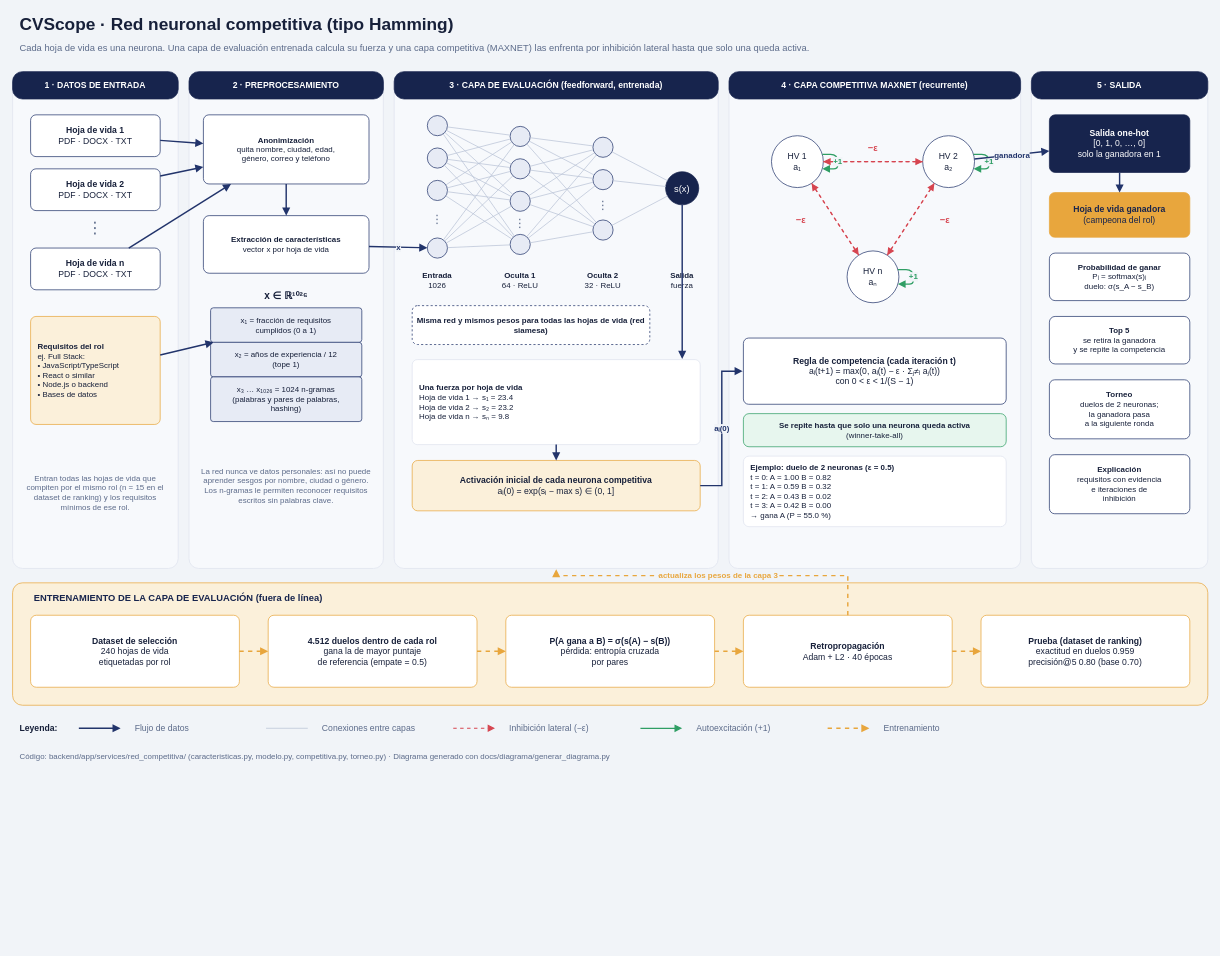
Before: docs/diagrama/red_competitiva.drawio in iAxstral/CVScope, a draw.io diagram. Source tidied: cells renumbered, new cells numbered last; positions are measured from the earlier drawing's top-left corner, leaving out a move shared by most shapes. Both pictures are drawn from the tidied source at 72%, with x=0, y=0 at pixel (12, 12).
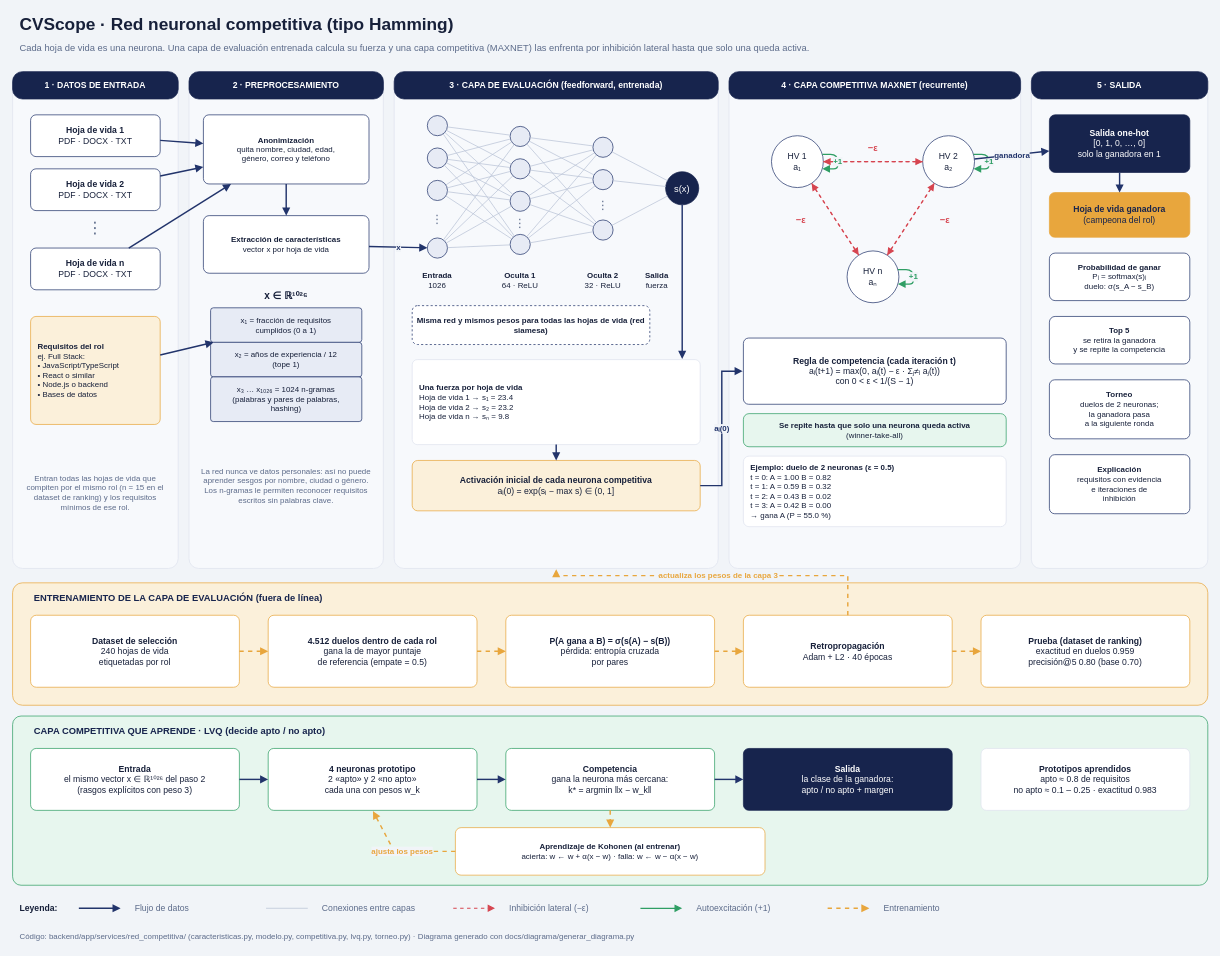
Above is the later version.

Commit message (it also covers changes not shown here):
docs(diagrama): agregar la capa competitiva LVQ

The edit, as a diff of the source:
```diff
@@
     <mxCell id="45" value="&lt;b&gt;Salida&lt;/b&gt;&lt;br&gt;fuerza" style="rounded=1;whiteSpace=wrap;html=1;fillColor=none;strokeColor=none;fontColor=#17203a;fontSize=11;fontFamily=Helvetica;align=center;verticalAlign=middle;arcSize=22;absoluteArcSize=0;" parent="1" vertex="1">
-      <mxGeometry x="885" y="354" width="90" height="36" as="geometry" />
+      <mxGeometry x="866" y="354" width="58" height="36" as="geometry" />
     </mxCell>
@@
+    <mxCell id="152" style="rounded=1;whiteSpace=wrap;html=1;fillColor=#e7f6ee;strokeColor=#2f9e64;fontColor=#17203a;fontSize=12;fontFamily=Helvetica;align=center;verticalAlign=middle;arcSize=5;absoluteArcSize=0;" parent="1" vertex="1">
+      <mxGeometry y="977" width="1660" height="235" as="geometry" />
+    </mxCell>
+    <mxCell id="153" value="&lt;b&gt;CAPA COMPETITIVA QUE APRENDE · LVQ (decide apto / no apto)&lt;/b&gt;" style="rounded=1;whiteSpace=wrap;html=1;fillColor=none;strokeColor=none;fontColor=#17244d;fontSize=13;fontFamily=Helvetica;align=left;verticalAlign=middle;arcSize=30;absoluteArcSize=0;spacingLeft=8;fontStyle=1;" parent="1" vertex="1">
+      <mxGeometry x="20" y="985" width="1200" height="26" as="geometry" />
+    </mxCell>
+    <mxCell id="154" value="&lt;b&gt;Entrada&lt;/b&gt;&lt;br&gt;el mismo vector x ∈ ℝ¹⁰²⁶ del paso 2&lt;br&gt;(rasgos explícitos con peso 3)" style="rounded=1;whiteSpace=wrap;html=1;fillColor=#ffffff;strokeColor=#2f9e64;fontColor=#17203a;fontSize=12;fontFamily=Helvetica;align=center;verticalAlign=middle;arcSize=9;absoluteArcSize=0;" parent="1" vertex="1">
+      <mxGeometry x="25" y="1022" width="290" height="86" as="geometry" />
+    </mxCell>
+    <mxCell id="155" value="&lt;b&gt;4 neuronas prototipo&lt;/b&gt;&lt;br&gt;2 «apto» y 2 «no apto»&lt;br&gt;cada una con pesos w_k" style="rounded=1;whiteSpace=wrap;html=1;fillColor=#ffffff;strokeColor=#2f9e64;fontColor=#17203a;fontSize=12;fontFamily=Helvetica;align=center;verticalAlign=middle;arcSize=9;absoluteArcSize=0;" parent="1" vertex="1">
+      <mxGeometry x="355" y="1022" width="290" height="86" as="geometry" />
+    </mxCell>
+    <mxCell id="156" value="&lt;b&gt;Competencia&lt;/b&gt;&lt;br&gt;gana la neurona más cercana:&lt;br&gt;k* = argmin ‖x − w_k‖" style="rounded=1;whiteSpace=wrap;html=1;fillColor=#ffffff;strokeColor=#2f9e64;fontColor=#17203a;fontSize=12;fontFamily=Helvetica;align=center;verticalAlign=middle;arcSize=9;absoluteArcSize=0;" parent="1" vertex="1">
+      <mxGeometry x="685" y="1022" width="290" height="86" as="geometry" />
+    </mxCell>
+    <mxCell id="157" value="&lt;b&gt;Salida&lt;/b&gt;&lt;br&gt;la clase de la ganadora:&lt;br&gt;apto / no apto + margen" style="rounded=1;whiteSpace=wrap;html=1;fillColor=#17244d;strokeColor=#17244d;fontColor=#ffffff;fontSize=12;fontFamily=Helvetica;align=center;verticalAlign=middle;arcSize=9;absoluteArcSize=0;" parent="1" vertex="1">
+      <mxGeometry x="1015" y="1022" width="290" height="86" as="geometry" />
+    </mxCell>
+    <mxCell id="158" value="&lt;b&gt;Prototipos aprendidos&lt;/b&gt;&lt;br&gt;apto ≈ 0.8 de requisitos&lt;br&gt;no apto ≈ 0.1 – 0.25 · exactitud 0.983" style="rounded=1;whiteSpace=wrap;html=1;fillColor=#ffffff;strokeColor=#dfe4ee;fontColor=#17203a;fontSize=12;fontFamily=Helvetica;align=center;verticalAlign=middle;arcSize=9;absoluteArcSize=0;" parent="1" vertex="1">
+      <mxGeometry x="1345" y="1022" width="290" height="86" as="geometry" />
+    </mxCell>
+    <mxCell id="159" value="&lt;b&gt;Aprendizaje de Kohonen (al entrenar)&lt;/b&gt;&lt;br&gt;acierta: w ← w + α(x − w)  ·  falla: w ← w − α(x − w)" style="rounded=1;whiteSpace=wrap;html=1;fillColor=#ffffff;strokeColor=#e8a63d;fontColor=#17203a;fontSize=11;fontFamily=Helvetica;align=center;verticalAlign=middle;arcSize=12;absoluteArcSize=0;" parent="1" vertex="1">
+      <mxGeometry x="615" y="1132" width="430" height="66" as="geometry" />
+    </mxCell>
+    <mxCell id="160" style="rounded=1;whiteSpace=wrap;html=1;fillColor=none;strokeColor=none;fontColor=#17203a;fontSize=12;fontFamily=Helvetica;align=center;verticalAlign=middle;arcSize=40;absoluteArcSize=0;" parent="1" vertex="1">
+      <mxGeometry x="499" y="1107" width="2" height="2" as="geometry" />
+    </mxCell>
     <mxCell id="74" value="&lt;b&gt;Leyenda:&lt;/b&gt;" style="rounded=1;whiteSpace=wrap;html=1;fillColor=none;strokeColor=none;fontColor=#17203a;fontSize=12;fontFamily=Helvetica;align=left;verticalAlign=middle;arcSize=33;absoluteArcSize=0;spacingLeft=8;fontStyle=1;" parent="1" vertex="1">
-      <mxGeometry y="982" width="120" height="24" as="geometry" />
+      <mxGeometry y="1232" width="120" height="24" as="geometry" />
     </mxCell>
     <mxCell id="75" style="rounded=1;whiteSpace=wrap;html=1;fillColor=none;strokeColor=none;fontColor=#17203a;fontSize=12;fontFamily=Helvetica;align=center;verticalAlign=middle;arcSize=40;absoluteArcSize=0;" parent="1" vertex="1">
-      <mxGeometry x="90" y="988" width="2" height="12" as="geometry" />
+      <mxGeometry x="90" y="1238" width="2" height="12" as="geometry" />
     </mxCell>
     <mxCell id="76" style="rounded=1;whiteSpace=wrap;html=1;fillColor=none;strokeColor=none;fontColor=#17203a;fontSize=12;fontFamily=Helvetica;align=center;verticalAlign=middle;arcSize=40;absoluteArcSize=0;" parent="1" vertex="1">
-      <mxGeometry x="150" y="988" width="2" height="12" as="geometry" />
+      <mxGeometry x="150" y="1238" width="2" height="12" as="geometry" />
     </mxCell>
     <mxCell id="77" value="Flujo de datos" style="rounded=1;whiteSpace=wrap;html=1;fillColor=none;strokeColor=none;fontColor=#5c6b8a;fontSize=12;fontFamily=Helvetica;align=left;verticalAlign=middle;arcSize=33;absoluteArcSize=0;spacingLeft=8;" parent="1" vertex="1">
-      <mxGeometry x="160" y="982" width="180" height="24" as="geometry" />
+      <mxGeometry x="160" y="1232" width="180" height="24" as="geometry" />
     </mxCell>
     <mxCell id="78" style="rounded=1;whiteSpace=wrap;html=1;fillColor=none;strokeColor=none;fontColor=#17203a;fontSize=12;fontFamily=Helvetica;align=center;verticalAlign=middle;arcSize=40;absoluteArcSize=0;" parent="1" vertex="1">
-      <mxGeometry x="350" y="988" width="2" height="12" as="geometry" />
+      <mxGeometry x="350" y="1238" width="2" height="12" as="geometry" />
     </mxCell>
     <mxCell id="79" style="rounded=1;whiteSpace=wrap;html=1;fillColor=none;strokeColor=none;fontColor=#17203a;fontSize=12;fontFamily=Helvetica;align=center;verticalAlign=middle;arcSize=40;absoluteArcSize=0;" parent="1" vertex="1">
-      <mxGeometry x="410" y="988" width="2" height="12" as="geometry" />
+      <mxGeometry x="410" y="1238" width="2" height="12" as="geometry" />
     </mxCell>
     <mxCell id="80" value="Conexiones entre capas" style="rounded=1;whiteSpace=wrap;html=1;fillColor=none;strokeColor=none;fontColor=#5c6b8a;fontSize=12;fontFamily=Helvetica;align=left;verticalAlign=middle;arcSize=33;absoluteArcSize=0;spacingLeft=8;" parent="1" vertex="1">
-      <mxGeometry x="420" y="982" width="180" height="24" as="geometry" />
+      <mxGeometry x="420" y="1232" width="180" height="24" as="geometry" />
     </mxCell>
     <mxCell id="81" style="rounded=1;whiteSpace=wrap;html=1;fillColor=none;strokeColor=none;fontColor=#17203a;fontSize=12;fontFamily=Helvetica;align=center;verticalAlign=middle;arcSize=40;absoluteArcSize=0;" parent="1" vertex="1">
-      <mxGeometry x="610" y="988" width="2" height="12" as="geometry" />
+      <mxGeometry x="610" y="1238" width="2" height="12" as="geometry" />
     </mxCell>
     <mxCell id="82" style="rounded=1;whiteSpace=wrap;html=1;fillColor=none;strokeColor=none;fontColor=#17203a;fontSize=12;fontFamily=Helvetica;align=center;verticalAlign=middle;arcSize=40;absoluteArcSize=0;" parent="1" vertex="1">
-      <mxGeometry x="670" y="988" width="2" height="12" as="geometry" />
+      <mxGeometry x="670" y="1238" width="2" height="12" as="geometry" />
     </mxCell>
     <mxCell id="83" value="Inhibición lateral (−ε)" style="rounded=1;whiteSpace=wrap;html=1;fillColor=none;strokeColor=none;fontColor=#5c6b8a;fontSize=12;fontFamily=Helvetica;align=left;verticalAlign=middle;arcSize=33;absoluteArcSize=0;spacingLeft=8;" parent="1" vertex="1">
-      <mxGeometry x="680" y="982" width="180" height="24" as="geometry" />
+      <mxGeometry x="680" y="1232" width="180" height="24" as="geometry" />
     </mxCell>
     <mxCell id="84" style="rounded=1;whiteSpace=wrap;html=1;fillColor=none;strokeColor=none;fontColor=#17203a;fontSize=12;fontFamily=Helvetica;align=center;verticalAlign=middle;arcSize=40;absoluteArcSize=0;" parent="1" vertex="1">
-      <mxGeometry x="870" y="988" width="2" height="12" as="geometry" />
+      <mxGeometry x="870" y="1238" width="2" height="12" as="geometry" />
     </mxCell>
     <mxCell id="85" style="rounded=1;whiteSpace=wrap;html=1;fillColor=none;strokeColor=none;fontColor=#17203a;fontSize=12;fontFamily=Helvetica;align=center;verticalAlign=middle;arcSize=40;absoluteArcSize=0;" parent="1" vertex="1">
-      <mxGeometry x="930" y="988" width="2" height="12" as="geometry" />
+      <mxGeometry x="930" y="1238" width="2" height="12" as="geometry" />
     </mxCell>
     <mxCell id="86" value="Autoexcitación (+1)" style="rounded=1;whiteSpace=wrap;html=1;fillColor=none;strokeColor=none;fontColor=#5c6b8a;fontSize=12;fontFamily=Helvetica;align=left;verticalAlign=middle;arcSize=33;absoluteArcSize=0;spacingLeft=8;" parent="1" vertex="1">
-      <mxGeometry x="940" y="982" width="180" height="24" as="geometry" />
+      <mxGeometry x="940" y="1232" width="180" height="24" as="geometry" />
     </mxCell>
     <mxCell id="87" style="rounded=1;whiteSpace=wrap;html=1;fillColor=none;strokeColor=none;fontColor=#17203a;fontSize=12;fontFamily=Helvetica;align=center;verticalAlign=middle;arcSize=40;absoluteArcSize=0;" parent="1" vertex="1">
-      <mxGeometry x="1130" y="988" width="2" height="12" as="geometry" />
+      <mxGeometry x="1130" y="1238" width="2" height="12" as="geometry" />
     </mxCell>
     <mxCell id="88" style="rounded=1;whiteSpace=wrap;html=1;fillColor=none;strokeColor=none;fontColor=#17203a;fontSize=12;fontFamily=Helvetica;align=center;verticalAlign=middle;arcSize=40;absoluteArcSize=0;" parent="1" vertex="1">
-      <mxGeometry x="1190" y="988" width="2" height="12" as="geometry" />
+      <mxGeometry x="1190" y="1238" width="2" height="12" as="geometry" />
     </mxCell>
     <mxCell id="89" value="Entrenamiento" style="rounded=1;whiteSpace=wrap;html=1;fillColor=none;strokeColor=none;fontColor=#5c6b8a;fontSize=12;fontFamily=Helvetica;align=left;verticalAlign=middle;arcSize=33;absoluteArcSize=0;spacingLeft=8;" parent="1" vertex="1">
-      <mxGeometry x="1200" y="982" width="180" height="24" as="geometry" />
+      <mxGeometry x="1200" y="1232" width="180" height="24" as="geometry" />
     </mxCell>
-    <mxCell id="90" value="Código: backend/app/services/red_competitiva/ (caracteristicas.py, modelo.py, competitiva.py, torneo.py) · Diagrama generado con docs/diagrama/generar_diagrama.py" style="rounded=1;whiteSpace=wrap;html=1;fillColor=none;strokeColor=none;fontColor=#5c6b8a;fontSize=11;fontFamily=Helvetica;align=left;verticalAlign=middle;arcSize=36;absoluteArcSize=0;spacingLeft=8;" parent="1" vertex="1">
-      <mxGeometry y="1022" width="1660" height="22" as="geometry" />
+    <mxCell id="90" value="Código: backend/app/services/red_competitiva/ (caracteristicas.py, modelo.py, competitiva.py, lvq.py, torneo.py) · Diagrama generado con docs/diagrama/generar_diagrama.py" style="rounded=1;whiteSpace=wrap;html=1;fillColor=none;strokeColor=none;fontColor=#5c6b8a;fontSize=11;fontFamily=Helvetica;align=left;verticalAlign=middle;arcSize=36;absoluteArcSize=0;spacingLeft=8;" parent="1" vertex="1">
+      <mxGeometry y="1272" width="1660" height="22" as="geometry" />
     </mxCell>
@@
-    <mxCell id="147" style="html=1;strokeColor=#22346b;strokeWidth=2;endArrow=block;endFill=1;fontColor=#22346b;fontStyle=1;fontSize=11;labelBackgroundColor=#f1f4f8;rounded=0;" parent="1" edge="1" source="75" target="76">
+    <mxCell id="147" style="html=1;strokeColor=#22346b;strokeWidth=2;endArrow=block;endFill=1;fontColor=#22346b;fontStyle=1;fontSize=11;labelBackgroundColor=#f1f4f8;rounded=0;" parent="1" edge="1" source="154" target="155">
       <mxGeometry relative="1" as="geometry" />
     </mxCell>
-    <mxCell id="148" style="html=1;strokeColor=#b8c2d6;strokeWidth=1;endArrow=none;endFill=1;fontColor=#b8c2d6;fontStyle=1;fontSize=11;labelBackgroundColor=#f1f4f8;rounded=0;" parent="1" edge="1" source="78" target="79">
+    <mxCell id="148" style="html=1;strokeColor=#22346b;strokeWidth=2;endArrow=block;endFill=1;fontColor=#22346b;fontStyle=1;fontSize=11;labelBackgroundColor=#f1f4f8;rounded=0;" parent="1" edge="1" source="155" target="156">
       <mxGeometry relative="1" as="geometry" />
     </mxCell>
-    <mxCell id="149" style="html=1;strokeColor=#d64550;strokeWidth=1.6;endArrow=block;endFill=1;fontColor=#d64550;fontStyle=1;fontSize=11;labelBackgroundColor=#f1f4f8;dashed=1;rounded=0;" parent="1" edge="1" source="81" target="82">
+    <mxCell id="149" style="html=1;strokeColor=#22346b;strokeWidth=2;endArrow=block;endFill=1;fontColor=#22346b;fontStyle=1;fontSize=11;labelBackgroundColor=#f1f4f8;rounded=0;" parent="1" edge="1" source="156" target="157">
       <mxGeometry relative="1" as="geometry" />
     </mxCell>
-    <mxCell id="150" style="html=1;strokeColor=#2f9e64;strokeWidth=1.8;endArrow=block;endFill=1;fontColor=#2f9e64;fontStyle=1;fontSize=11;labelBackgroundColor=#f1f4f8;rounded=0;" parent="1" edge="1" source="84" target="85">
+    <mxCell id="150" style="html=1;strokeColor=#e8a63d;strokeWidth=2;endArrow=block;endFill=1;fontColor=#e8a63d;fontStyle=1;fontSize=11;labelBackgroundColor=#f1f4f8;dashed=1;rounded=0;" parent="1" edge="1" source="156" target="159">
       <mxGeometry relative="1" as="geometry" />
     </mxCell>
-    <mxCell id="151" style="html=1;strokeColor=#e8a63d;strokeWidth=2;endArrow=block;endFill=1;fontColor=#e8a63d;fontStyle=1;fontSize=11;labelBackgroundColor=#f1f4f8;dashed=1;rounded=0;" parent="1" edge="1" source="87" target="88">
-      <mxGeometry relative="1" as="geometry" />
+    <mxCell id="151" value="ajusta los pesos" style="html=1;strokeColor=#e8a63d;strokeWidth=2;endArrow=block;endFill=1;fontColor=#e8a63d;fontStyle=1;fontSize=11;labelBackgroundColor=#f1f4f8;dashed=1;rounded=0;" parent="1" edge="1" source="159" target="160">
+      <mxGeometry relative="1" as="geometry">
+        <Array as="points">
+          <mxPoint x="530" y="1165" />
+        </Array>
+      </mxGeometry>
     </mxCell>
+    <mxCell id="161" style="html=1;strokeColor=#22346b;strokeWidth=2;endArrow=block;endFill=1;fontColor=#22346b;fontStyle=1;fontSize=11;labelBackgroundColor=#f1f4f8;rounded=0;" parent="1" edge="1" source="75" target="76">
+      <mxGeometry relative="1" as="geometry" />
+    </mxCell>
+    <mxCell id="162" style="html=1;strokeColor=#b8c2d6;strokeWidth=1;endArrow=none;endFill=1;fontColor=#b8c2d6;fontStyle=1;fontSize=11;labelBackgroundColor=#f1f4f8;rounded=0;" parent="1" edge="1" source="78" target="79">
+      <mxGeometry relative="1" as="geometry" />
+    </mxCell>
+    <mxCell id="163" style="html=1;strokeColor=#d64550;strokeWidth=1.6;endArrow=block;endFill=1;fontColor=#d64550;fontStyle=1;fontSize=11;labelBackgroundColor=#f1f4f8;dashed=1;rounded=0;" parent="1" edge="1" source="81" target="82">
+      <mxGeometry relative="1" as="geometry" />
+    </mxCell>
+    <mxCell id="164" style="html=1;strokeColor=#2f9e64;strokeWidth=1.8;endArrow=block;endFill=1;fontColor=#2f9e64;fontStyle=1;fontSize=11;labelBackgroundColor=#f1f4f8;rounded=0;" parent="1" edge="1" source="84" target="85">
+      <mxGeometry relative="1" as="geometry" />
+    </mxCell>
+    <mxCell id="165" style="html=1;strokeColor=#e8a63d;strokeWidth=2;endArrow=block;endFill=1;fontColor=#e8a63d;fontStyle=1;fontSize=11;labelBackgroundColor=#f1f4f8;dashed=1;rounded=0;" parent="1" edge="1" source="87" target="88">
+      <mxGeometry relative="1" as="geometry" />
+    </mxCell>
```
